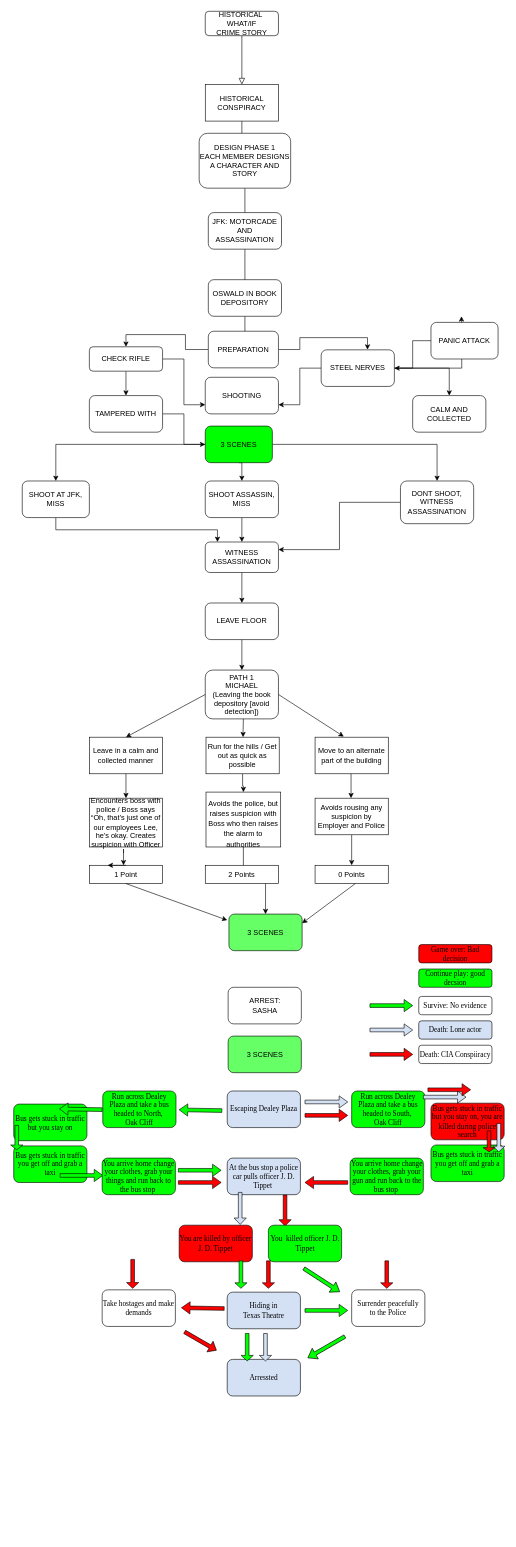
Above: Untitled Diagram.drawio in bottack/CN-text-game (draw.io), before the change. Source tidied: cells renumbered, new cells numbered last; positions are measured from the earlier drawing's top-left corner, leaving out a move shared by most shapes. Both pictures are drawn from the tidied source at 61%, with x=0, y=0 at pixel (4, 11).
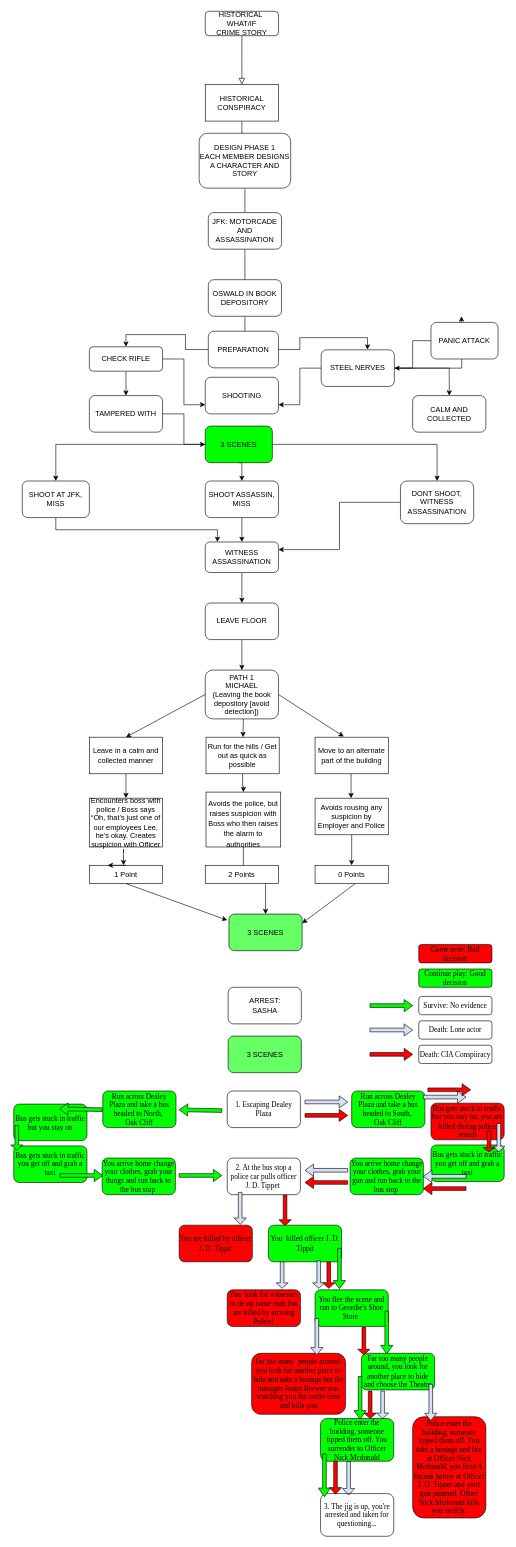
The same diagram, later.

The edit, as a diff of the source:
```diff
@@
-    <mxCell id="53" value="Escaping Dealey Plaza" style="rounded=1;whiteSpace=wrap;html=1;fontFamily=Times New Roman;fillColor=#D4E1F5;" parent="1" vertex="1">
+    <mxCell id="53" value="1. Escaping Dealey Plaza" style="rounded=1;whiteSpace=wrap;html=1;fontFamily=Times New Roman;fillColor=none;" parent="1" vertex="1">
       <mxGeometry x="365" y="1770" width="120" height="60" as="geometry" />
     </mxCell>
@@
-    <mxCell id="55" value="At the bus stop a police car pulls officer J. D. Tippet&amp;nbsp;" style="rounded=1;whiteSpace=wrap;html=1;fontFamily=Times New Roman;labelBorderColor=none;fillColor=#D4E1F5;" parent="1" vertex="1">
+    <mxCell id="55" value="2. At the bus stop a police car pulls officer J. D. Tippet&amp;nbsp;" style="rounded=1;whiteSpace=wrap;html=1;fontFamily=Times New Roman;labelBorderColor=none;fillColor=none;" parent="1" vertex="1">
       <mxGeometry x="365" y="1880" width="120" height="60" as="geometry" />
     </mxCell>
@@
-    <mxCell id="61" value="Hiding in &lt;br&gt;Texas Theatre" style="rounded=1;whiteSpace=wrap;html=1;fontFamily=Times New Roman;fillColor=#D4E1F5;" parent="1" vertex="1">
-      <mxGeometry x="365" y="2099.8" width="120" height="60" as="geometry" />
+    <mxCell id="61" value="You &amp;nbsp;look for witnesses to tie up loose ends but are killed by arriving Police!" style="rounded=1;whiteSpace=wrap;html=1;fontFamily=Times New Roman;fillColor=#FF0000;" parent="1" vertex="1">
+      <mxGeometry x="365" y="2096" width="120" height="60" as="geometry" />
     </mxCell>
-    <mxCell id="62" value="You are killed by officer J. D. Tippet" style="rounded=1;whiteSpace=wrap;html=1;fontFamily=Times New Roman;fillColor=#FF0000;" parent="1" vertex="1">
+    <mxCell id="62" value="You are killed by officer J. D. Tippit" style="rounded=1;whiteSpace=wrap;html=1;fontFamily=Times New Roman;fillColor=#FF0000;" parent="1" vertex="1">
       <mxGeometry x="286.2" y="1990" width="120" height="60" as="geometry" />
     </mxCell>
-    <mxCell id="63" value="Arressted" style="rounded=1;whiteSpace=wrap;html=1;fontFamily=Times New Roman;fillColor=#D4E1F5;" parent="1" vertex="1">
-      <mxGeometry x="365" y="2210" width="120" height="60" as="geometry" />
-    </mxCell>
-    <mxCell id="64" value="Surrender peacefully&lt;br&gt;to the Police" style="rounded=1;whiteSpace=wrap;html=1;fontFamily=Times New Roman;" parent="1" vertex="1">
-      <mxGeometry x="569" y="2096" width="120" height="60" as="geometry" />
+    <mxCell id="64" value="You flee the scene and run to Geordie's Shoe Store&amp;nbsp;" style="rounded=1;whiteSpace=wrap;html=1;fontFamily=Times New Roman;fillColor=#00FF00;" parent="1" vertex="1">
+      <mxGeometry x="509" y="2096" width="120" height="60" as="geometry" />
     </mxCell>
-    <mxCell id="65" value="Take hostages and make demands" style="rounded=1;whiteSpace=wrap;html=1;fontFamily=Times New Roman;" parent="1" vertex="1">
-      <mxGeometry x="160" y="2096" width="120" height="60" as="geometry" />
+    <mxCell id="65" value="Police enter the building, someone tipped them off. You take a hostage and fire at Officer Nick Mcdonald, you fired 4 founds before at Officer J. D. Tippet and your gun jammed. Offier Nick Mcdonald kills you swiftly." style="rounded=1;whiteSpace=wrap;html=1;fontFamily=Times New Roman;fillColor=#FF0000;" parent="1" vertex="1">
+      <mxGeometry x="669" y="2304" width="120" height="166" as="geometry" />
     </mxCell>
@@
-    <mxCell id="67" style="shape=singleArrow;whiteSpace=wrap;html=1;fontFamily=Times New Roman;fillColor=#D4E1F5;rotation=90;" parent="1" vertex="1">
-      <mxGeometry x="405.2" y="2180" width="45" height="20" as="geometry" />
+    <mxCell id="67" style="shape=singleArrow;whiteSpace=wrap;html=1;fontFamily=Times New Roman;fillColor=#FF0000;rotation=90;" parent="1" vertex="1">
+      <mxGeometry x="509" y="2061" width="45" height="20" as="geometry" />
     </mxCell>
-    <mxCell id="68" style="shape=singleArrow;whiteSpace=wrap;html=1;fontFamily=Times New Roman;fillColor=#FF0000;rotation=90;" parent="1" vertex="1">
-      <mxGeometry x="186.2" y="2059.8" width="47.5" height="20" as="geometry" />
-    </mxCell>
@@
-    <mxCell id="73" value="Death: Lone actor" style="rounded=1;whiteSpace=wrap;html=1;fontFamily=Times New Roman;fillColor=#D4E1F5;" parent="1" vertex="1">
+    <mxCell id="73" value="Death: Lone actor" style="rounded=1;whiteSpace=wrap;html=1;fontFamily=Times New Roman;fillColor=none;" parent="1" vertex="1">
       <mxGeometry x="679" y="1655" width="120" height="30" as="geometry" />
     </mxCell>
@@
     <mxCell id="75" style="shape=singleArrow;whiteSpace=wrap;html=1;fontFamily=Times New Roman;fillColor=#00FF00;rotation=0;" parent="1" vertex="1">
-      <mxGeometry x="285" y="1890" width="70" height="20" as="geometry" />
+      <mxGeometry x="286.2" y="1898.5" width="70" height="20" as="geometry" />
     </mxCell>
-    <mxCell id="76" style="shape=singleArrow;whiteSpace=wrap;html=1;fontFamily=Times New Roman;fillColor=#00FF00;rotation=0;" parent="1" vertex="1">
-      <mxGeometry x="492.5" y="2119.8" width="70" height="20" as="geometry" />
-    </mxCell>
-    <mxCell id="77" style="shape=singleArrow;whiteSpace=wrap;html=1;fontFamily=Times New Roman;fillColor=#00FF00;rotation=33;" parent="1" vertex="1">
-      <mxGeometry x="485" y="2070" width="70" height="20" as="geometry" />
-    </mxCell>
-    <mxCell id="78" style="shape=singleArrow;whiteSpace=wrap;html=1;fontFamily=Times New Roman;fillColor=#00FF00;rotation=-210;" parent="1" vertex="1">
-      <mxGeometry x="492.5" y="2180" width="70" height="20" as="geometry" />
-    </mxCell>
-    <mxCell id="79" style="shape=singleArrow;whiteSpace=wrap;html=1;fontFamily=Times New Roman;fillColor=#00FF00;rotation=90;" parent="1" vertex="1">
-      <mxGeometry x="365" y="2061" width="45" height="20" as="geometry" />
-    </mxCell>
-    <mxCell id="80" style="shape=singleArrow;whiteSpace=wrap;html=1;fontFamily=Times New Roman;fillColor=#00FF00;rotation=90;" parent="1" vertex="1">
-      <mxGeometry x="375.2" y="2180" width="45" height="20" as="geometry" />
+    <mxCell id="80" style="shape=singleArrow;whiteSpace=wrap;html=1;fontFamily=Times New Roman;fillColor=#D4E1F5;rotation=90;" parent="1" vertex="1">
+      <mxGeometry x="432.5" y="2061" width="45" height="20" as="geometry" />
     </mxCell>
@@
-    <mxCell id="83" style="shape=singleArrow;whiteSpace=wrap;html=1;fontFamily=Times New Roman;fillColor=#FF0000;rotation=30;" parent="1" vertex="1">
-      <mxGeometry x="291.2" y="2170" width="60" height="20" as="geometry" />
-    </mxCell>
-    <mxCell id="84" style="shape=singleArrow;whiteSpace=wrap;html=1;fontFamily=Times New Roman;fillColor=#FF0000;rotation=90;" parent="1" vertex="1">
-      <mxGeometry x="604" y="2061" width="45" height="20" as="geometry" />
-    </mxCell>
-    <mxCell id="85" style="shape=singleArrow;whiteSpace=wrap;html=1;fontFamily=Times New Roman;fillColor=#FF0000;rotation=90;" parent="1" vertex="1">
-      <mxGeometry x="410" y="2061" width="45" height="20" as="geometry" />
-    </mxCell>
-    <mxCell id="86" style="shape=singleArrow;whiteSpace=wrap;html=1;fontFamily=Times New Roman;fillColor=#FF0000;rotation=-179;" parent="1" vertex="1">
-      <mxGeometry x="290" y="2116" width="70" height="20" as="geometry" />
-    </mxCell>
-    <mxCell id="87" style="shape=singleArrow;whiteSpace=wrap;html=1;fontFamily=Times New Roman;fillColor=#FF0000;rotation=0;" parent="1" vertex="1">
-      <mxGeometry x="285" y="1910" width="70" height="20" as="geometry" />
-    </mxCell>
@@
-    <mxCell id="112" value="Continue play: good decsion" style="rounded=1;whiteSpace=wrap;html=1;fontFamily=Times New Roman;fillColor=#00FF00;" parent="1" vertex="1">
+    <mxCell id="112" value="Continue play: Good decision" style="rounded=1;whiteSpace=wrap;html=1;fontFamily=Times New Roman;fillColor=#00FF00;" parent="1" vertex="1">
       <mxGeometry x="679" y="1570" width="120" height="30" as="geometry" />
     </mxCell>
@@
-    <mxCell id="115" value="You &amp;nbsp;killed officer J. D. Tippet" style="rounded=1;whiteSpace=wrap;html=1;fontFamily=Times New Roman;fillColor=#00FF00;" parent="1" vertex="1">
+    <mxCell id="115" value="You &amp;nbsp;killed officer J. D. Tippit" style="rounded=1;whiteSpace=wrap;html=1;fontFamily=Times New Roman;fillColor=#00FF00;" parent="1" vertex="1">
       <mxGeometry x="432.5" y="1990" width="120" height="60" as="geometry" />
     </mxCell>
@@
+    <mxCell id="120" style="shape=singleArrow;whiteSpace=wrap;html=1;fontFamily=Times New Roman;fillColor=#D4E1F5;rotation=-180;" parent="1" vertex="1">
+      <mxGeometry x="492.5" y="1890" width="70" height="20" as="geometry" />
+    </mxCell>
+    <mxCell id="121" style="shape=singleArrow;whiteSpace=wrap;html=1;fontFamily=Times New Roman;fillColor=#FF0000;rotation=-180;" parent="1" vertex="1">
+      <mxGeometry x="686.5" y="1920" width="70" height="20" as="geometry" />
+    </mxCell>
+    <mxCell id="122" style="shape=singleArrow;whiteSpace=wrap;html=1;fontFamily=Times New Roman;fillColor=#D4E1F5;rotation=-180;" parent="1" vertex="1">
+      <mxGeometry x="686.5" y="1900" width="70" height="20" as="geometry" />
+    </mxCell>
+    <mxCell id="123" value="Far too many &amp;nbsp;people around, you look for another place to hide and take a hostage but the manager Jonny Brewer was watching you the enitre time and kills you" style="rounded=1;whiteSpace=wrap;html=1;fontFamily=Times New Roman;fillColor=#FF0000;" parent="1" vertex="1">
+      <mxGeometry x="405" y="2200" width="154" height="100" as="geometry" />
+    </mxCell>
+    <mxCell id="124" value="Far too many people around, you look for another place to hide and choose the Theatre" style="rounded=1;whiteSpace=wrap;html=1;fontFamily=Times New Roman;fillColor=#00FF00;" parent="1" vertex="1">
+      <mxGeometry x="585" y="2200" width="120" height="60" as="geometry" />
+    </mxCell>
+    <mxCell id="125" style="shape=singleArrow;whiteSpace=wrap;html=1;fontFamily=Times New Roman;fillColor=#FF0000;rotation=90;" parent="1" vertex="1">
+      <mxGeometry x="566.5" y="2170" width="45" height="20" as="geometry" />
+    </mxCell>
+    <mxCell id="126" style="shape=singleArrow;whiteSpace=wrap;html=1;fontFamily=Times New Roman;fillColor=#00FF00;rotation=90;" parent="1" vertex="1">
+      <mxGeometry x="516" y="2051" width="66" height="20" as="geometry" />
+    </mxCell>
+    <mxCell id="127" style="shape=singleArrow;whiteSpace=wrap;html=1;fontFamily=Times New Roman;fillColor=#D4E1F5;rotation=90;" parent="1" vertex="1">
+      <mxGeometry x="492.5" y="2061" width="45" height="20" as="geometry" />
+    </mxCell>
+    <mxCell id="128" style="shape=singleArrow;whiteSpace=wrap;html=1;fontFamily=Times New Roman;fillColor=#00FF00;rotation=90;" parent="1" vertex="1">
+      <mxGeometry x="591.5" y="2156" width="70" height="20" as="geometry" />
+    </mxCell>
+    <mxCell id="129" value="Police enter the building, someone tipped them off. You surrender to Officer Nick Mcdonald" style="rounded=1;whiteSpace=wrap;html=1;fontFamily=Times New Roman;fillColor=#00FF00;" parent="1" vertex="1">
+      <mxGeometry x="518" y="2307" width="120" height="70" as="geometry" />
+    </mxCell>
+    <mxCell id="130" style="shape=singleArrow;whiteSpace=wrap;html=1;fontFamily=Times New Roman;fillColor=#D4E1F5;rotation=90;" parent="1" vertex="1">
+      <mxGeometry x="536.6" y="2395.1" width="54.9" height="20" as="geometry" />
+    </mxCell>
+    <mxCell id="131" style="shape=singleArrow;whiteSpace=wrap;html=1;fontFamily=Times New Roman;fillColor=#00FF00;rotation=90;" parent="1" vertex="1">
+      <mxGeometry x="547.8" y="2263" width="70" height="20" as="geometry" />
+    </mxCell>
+    <mxCell id="132" style="shape=singleArrow;whiteSpace=wrap;html=1;fontFamily=Times New Roman;fillColor=#FF0000;rotation=90;" parent="1" vertex="1">
+      <mxGeometry x="515.4" y="2393.9" width="54.2" height="20" as="geometry" />
+    </mxCell>
+    <mxCell id="133" value="3. The jig is up, you're arrested and taken for questioning..." style="rounded=1;whiteSpace=wrap;html=1;fontFamily=Times New Roman;fillColor=none;" parent="1" vertex="1">
+      <mxGeometry x="518" y="2430" width="120" height="70" as="geometry" />
+    </mxCell>
+    <mxCell id="134" style="shape=singleArrow;whiteSpace=wrap;html=1;fontFamily=Times New Roman;fillColor=#00FF00;rotation=90;" parent="1" vertex="1">
+      <mxGeometry x="489.4" y="2390" width="70" height="20" as="geometry" />
+    </mxCell>
+    <mxCell id="135" style="shape=singleArrow;whiteSpace=wrap;html=1;fontFamily=Times New Roman;fillColor=#D4E1F5;rotation=90;" parent="1" vertex="1">
+      <mxGeometry x="482.2" y="2162.8" width="59.4" height="20" as="geometry" />
+    </mxCell>
+    <mxCell id="136" style="shape=singleArrow;whiteSpace=wrap;html=1;fontFamily=Times New Roman;fillColor=#D4E1F5;rotation=90;" parent="1" vertex="1">
+      <mxGeometry x="669" y="2270.5" width="59.4" height="20" as="geometry" />
+    </mxCell>
+    <mxCell id="137" style="shape=singleArrow;whiteSpace=wrap;html=1;fontFamily=Times New Roman;fillColor=#FF0000;rotation=90;" parent="1" vertex="1">
+      <mxGeometry x="576.8" y="2274.5" width="45" height="20" as="geometry" />
+    </mxCell>
+    <mxCell id="138" style="shape=singleArrow;whiteSpace=wrap;html=1;fontFamily=Times New Roman;fillColor=#D4E1F5;rotation=90;" parent="1" vertex="1">
+      <mxGeometry x="597.2" y="2274.5" width="45" height="20" as="geometry" />
+    </mxCell>
```
